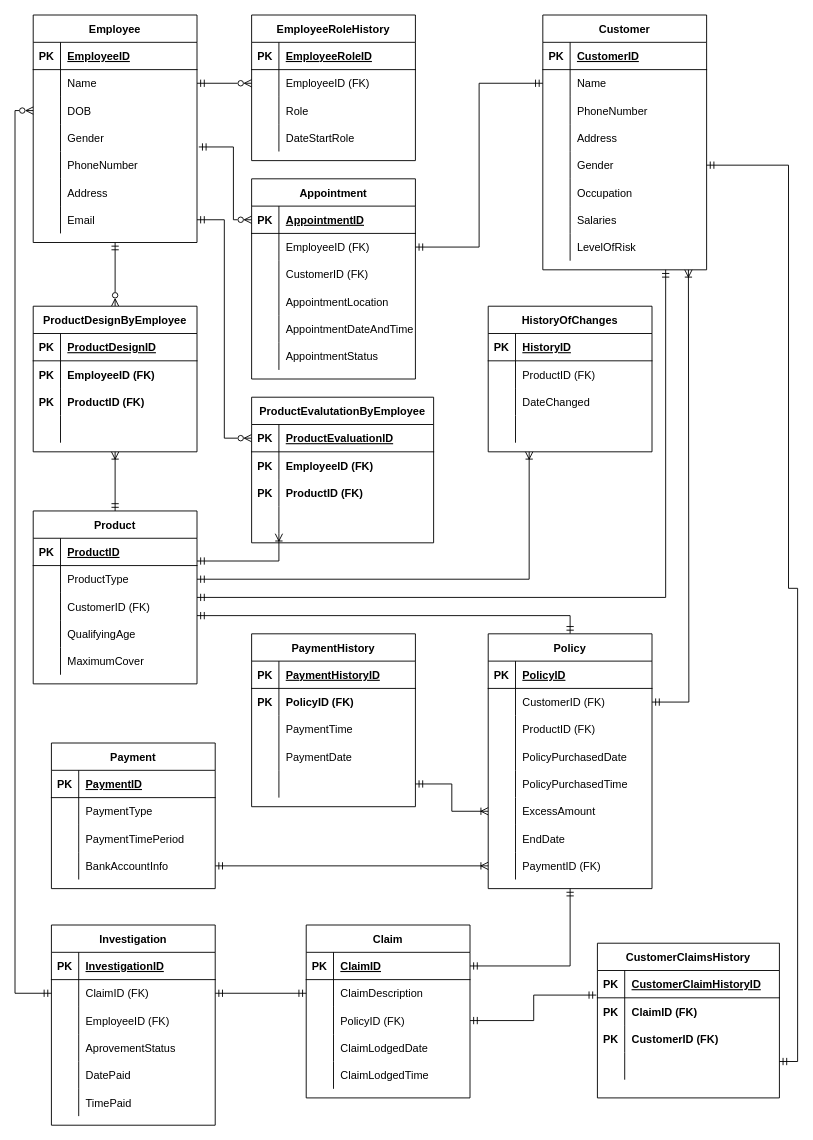
MaxCouling/infomgmt192 keeps this draw.io diagram as Assignment1.drawio. Above is the earlier version. Source tidied: cells renumbered, new cells numbered last; positions are measured from the earlier drawing's top-left corner, leaving out a move shared by most shapes. Both pictures are drawn from the tidied source at 91%, with x=0, y=0 at pixel (33, 15).
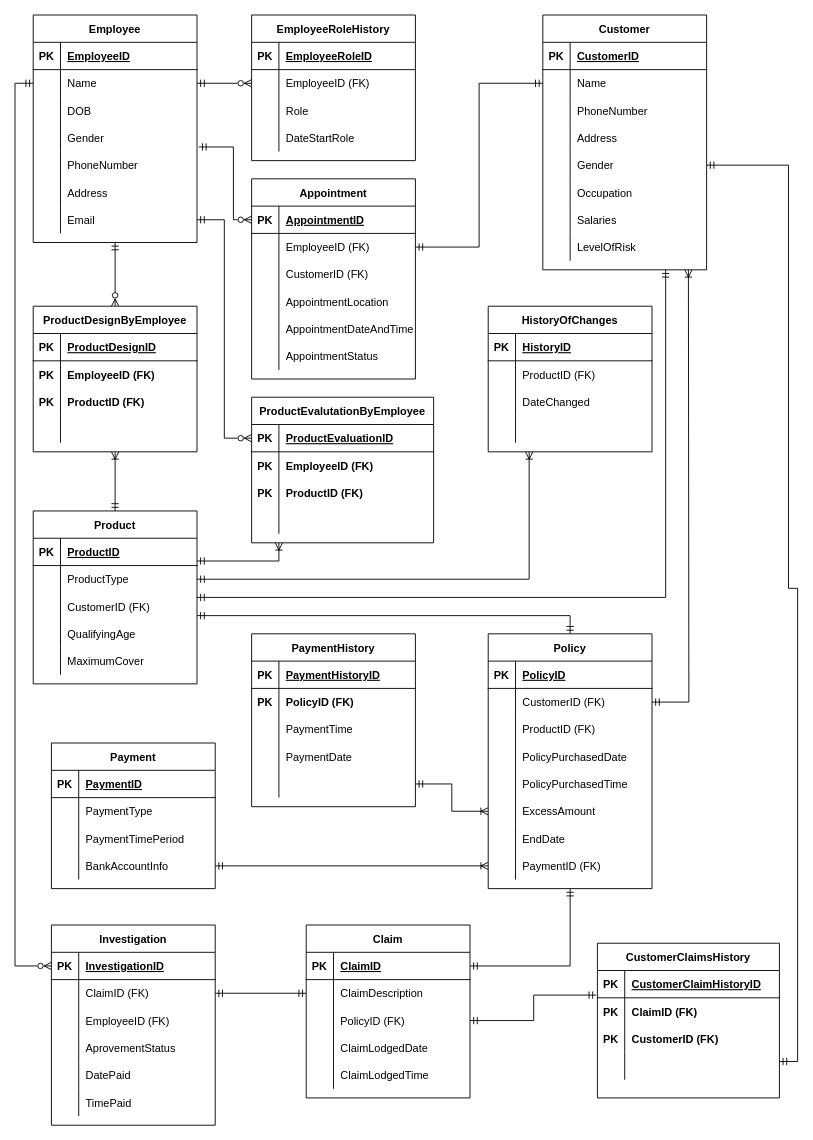
The same diagram, later.

The change refers to these unchanged cells:
```xml
<mxCell id="7" style="shape=tableRow;horizontal=0;startSize=0;swimlaneHead=0;swimlaneBody=0;fillColor=none;points=[[0,0.5],[1,0.5]];portConstraint=eastwest;top=0;left=0;right=0;bottom=0;" parent="3" vertex="1">
  <mxGeometry y="60" width="180" height="30" as="geometry" />
</mxCell>
<mxCell id="10" style="shape=tableRow;horizontal=0;startSize=0;swimlaneHead=0;swimlaneBody=0;fillColor=none;points=[[0,0.5],[1,0.5]];portConstraint=eastwest;top=0;left=0;right=0;bottom=0;" parent="3" vertex="1">
  <mxGeometry y="90" width="180" height="30" as="geometry" />
</mxCell>
<mxCell id="73" style="shape=tableRow;horizontal=0;startSize=0;swimlaneHead=0;swimlaneBody=0;fillColor=none;points=[[0,0.5],[1,0.5]];portConstraint=eastwest;top=0;left=0;right=0;bottom=1;" parent="72" vertex="1">
  <mxGeometry y="30" width="180" height="30" as="geometry" />
</mxCell>
<mxCell id="221" style="shape=tableRow;horizontal=0;startSize=0;swimlaneHead=0;swimlaneBody=0;fillColor=none;points=[[0,0.5],[1,0.5]];portConstraint=eastwest;top=0;left=0;right=0;bottom=1;" parent="220" vertex="1">
  <mxGeometry y="30" width="180" height="30" as="geometry" />
</mxCell>
<mxCell id="224" style="shape=tableRow;horizontal=0;startSize=0;swimlaneHead=0;swimlaneBody=0;fillColor=none;points=[[0,0.5],[1,0.5]];portConstraint=eastwest;top=0;left=0;right=0;bottom=0;" parent="220" vertex="1">
  <mxGeometry y="60" width="180" height="30" as="geometry" />
</mxCell>
```

Diff of the diagram source:
```diff
@@
     <mxCell id="114" style="edgeStyle=orthogonalEdgeStyle;rounded=0;jettySize=auto;html=1;startArrow=ERmandOne;startFill=0;endArrow=ERoneToMany;endFill=0;" parent="1" edge="1" source="73">
       <mxGeometry relative="1" as="geometry">
-        <mxPoint x="270" y="570" as="targetPoint" />
+        <mxPoint x="270" y="580" as="targetPoint" />
         <Array as="points">
           <mxPoint x="270" y="600" />
         </Array>
       </mxGeometry>
     </mxCell>
@@
-    <mxCell id="240" style="edgeStyle=orthogonalEdgeStyle;rounded=0;jettySize=auto;html=1;startArrow=ERmandOne;startFill=0;endArrow=ERzeroToMany;endFill=0;entryX=0;entryY=0.5;entryDx=0;entryDy=0;" parent="1" edge="1" source="224" target="10">
-      <mxGeometry relative="1" as="geometry" />
-    </mxCell>
@@
+    <mxCell id="256" style="edgeStyle=orthogonalEdgeStyle;rounded=0;jettySize=auto;html=1;entryX=0;entryY=0.5;entryDx=0;entryDy=0;startArrow=ERzeroToMany;startFill=0;endArrow=ERmandOne;endFill=0;" parent="1" edge="1" source="221" target="7">
+      <mxGeometry relative="1" as="geometry" />
+    </mxCell>
```
